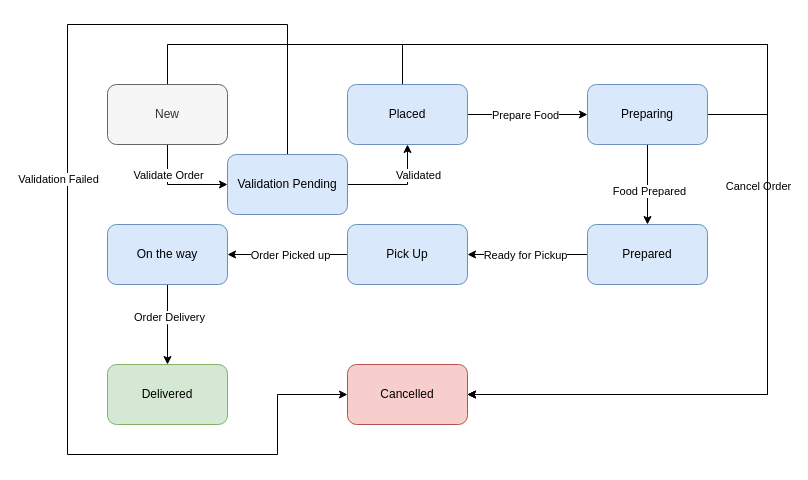
Earlier version of the draw.io diagram docs/event-flow.drawio (Ranjan0491/food-o-meter). Source tidied: cells renumbered, new cells numbered last; positions are measured from the earlier drawing's top-left corner, leaving out a move shared by most shapes. Both pictures are drawn from the tidied source at 100%, with x=0, y=0 at pixel (67, 24).
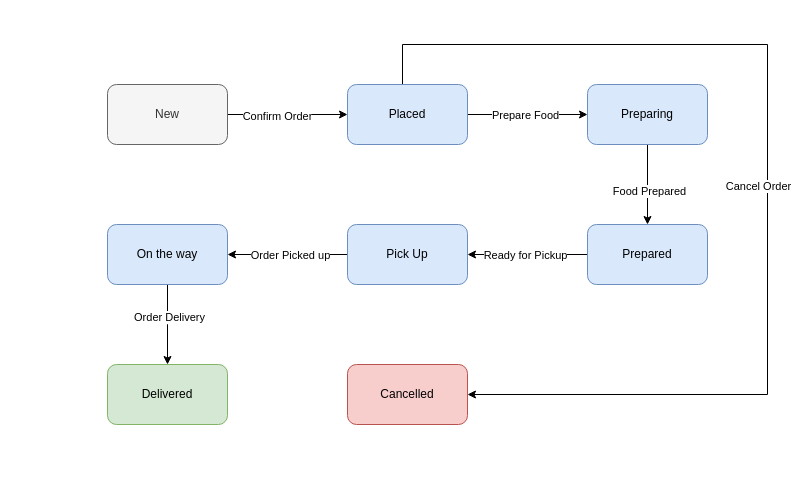
The same page after the edit.

The change refers to these unchanged cells:
```xml
<mxCell id="7" value="New" style="rounded=1;whiteSpace=wrap;html=1;fillColor=#f5f5f5;strokeColor=#666666;fontColor=#333333;" parent="1" vertex="1">
  <mxGeometry x="40" y="60" width="120" height="60" as="geometry" />
</mxCell>
<mxCell id="12" value="Placed" style="rounded=1;whiteSpace=wrap;html=1;fillColor=#dae8fc;strokeColor=#6c8ebf;" parent="1" vertex="1">
  <mxGeometry x="280" y="60" width="120" height="60" as="geometry" />
</mxCell>
<mxCell id="16" value="Preparing" style="rounded=1;whiteSpace=wrap;html=1;fillColor=#dae8fc;strokeColor=#6c8ebf;" parent="1" vertex="1">
  <mxGeometry x="520" y="60" width="120" height="60" as="geometry" />
</mxCell>
<mxCell id="20" value="Cancelled" style="rounded=1;whiteSpace=wrap;html=1;fillColor=#f8cecc;strokeColor=#b85450;" parent="1" vertex="1">
  <mxGeometry x="280" y="340" width="120" height="60" as="geometry" />
</mxCell>
```

Change to the diagram source:
```diff
@@
-    <mxCell id="2" style="edgeStyle=orthogonalEdgeStyle;rounded=0;jettySize=auto;html=1;exitX=1;exitY=0.5;exitDx=0;exitDy=0;entryX=0.5;entryY=1;entryDx=0;entryDy=0;" parent="1" edge="1" source="30" target="12">
-      <mxGeometry relative="1" as="geometry" />
-    </mxCell>
-    <mxCell id="3" value="Validated" style="edgeLabel;html=1;align=center;verticalAlign=middle;" parent="2" vertex="1">
-      <mxGeometry x="-0.26" y="-3" relative="1" as="geometry">
-        <mxPoint x="33" y="-13" as="offset" />
-      </mxGeometry>
-    </mxCell>
-    <mxCell id="4" style="edgeStyle=orthogonalEdgeStyle;rounded=0;jettySize=auto;html=1;exitX=0.5;exitY=0;exitDx=0;exitDy=0;entryX=1;entryY=0.5;entryDx=0;entryDy=0;" parent="1" edge="1" source="7" target="20">
-      <mxGeometry relative="1" as="geometry">
-        <Array as="points">
-          <mxPoint x="100" y="20" />
-          <mxPoint x="700" y="20" />
-          <mxPoint x="700" y="370" />
-        </Array>
-      </mxGeometry>
-    </mxCell>
-    <mxCell id="5" style="edgeStyle=orthogonalEdgeStyle;rounded=0;jettySize=auto;html=1;exitX=0.5;exitY=1;exitDx=0;exitDy=0;entryX=0;entryY=0.5;entryDx=0;entryDy=0;" parent="1" edge="1" source="7" target="30">
-      <mxGeometry relative="1" as="geometry" />
-    </mxCell>
-    <mxCell id="6" value="Validate Order" style="edgeLabel;html=1;align=center;verticalAlign=middle;" parent="5" vertex="1">
-      <mxGeometry x="-0.27" y="1" relative="1" as="geometry">
-        <mxPoint x="-1" y="-7" as="offset" />
-      </mxGeometry>
-    </mxCell>
+    <mxCell id="31" style="edgeStyle=orthogonalEdgeStyle;rounded=0;jettySize=auto;html=1;exitX=1;exitY=0.5;exitDx=0;exitDy=0;entryX=0;entryY=0.5;entryDx=0;entryDy=0;" parent="1" edge="1" source="7" target="12">
+      <mxGeometry relative="1" as="geometry" />
+    </mxCell>
+    <mxCell id="32" value="Confirm Order" style="edgeLabel;html=1;align=center;verticalAlign=middle;" parent="31" vertex="1">
+      <mxGeometry x="-0.18" y="-1" relative="1" as="geometry" />
+    </mxCell>
@@
-    <mxCell id="15" style="edgeStyle=orthogonalEdgeStyle;rounded=0;jettySize=auto;html=1;exitX=1;exitY=0.5;exitDx=0;exitDy=0;entryX=1;entryY=0.5;entryDx=0;entryDy=0;" parent="1" edge="1" source="16" target="20">
-      <mxGeometry relative="1" as="geometry">
-        <Array as="points">
-          <mxPoint x="700" y="90" />
-          <mxPoint x="700" y="370" />
-        </Array>
-      </mxGeometry>
-    </mxCell>
@@
-    <mxCell id="28" style="edgeStyle=orthogonalEdgeStyle;rounded=0;jettySize=auto;html=1;exitX=0.5;exitY=0;exitDx=0;exitDy=0;entryX=0;entryY=0.5;entryDx=0;entryDy=0;" parent="1" edge="1" source="30" target="20">
-      <mxGeometry relative="1" as="geometry">
-        <Array as="points">
-          <mxPoint x="220" />
-          <mxPoint />
-          <mxPoint y="430" />
-          <mxPoint x="210" y="430" />
-          <mxPoint x="210" y="370" />
-        </Array>
-      </mxGeometry>
-    </mxCell>
-    <mxCell id="29" value="Validation Failed" style="edgeLabel;html=1;align=center;verticalAlign=middle;" parent="28" vertex="1">
-      <mxGeometry x="0.12" y="-2" relative="1" as="geometry">
-        <mxPoint x="-8" y="-123" as="offset" />
-      </mxGeometry>
-    </mxCell>
-    <mxCell id="30" value="Validation Pending" style="rounded=1;whiteSpace=wrap;html=1;fillColor=#dae8fc;strokeColor=#6c8ebf;" parent="1" vertex="1">
-      <mxGeometry x="160" y="130" width="120" height="60" as="geometry" />
-    </mxCell>
```
